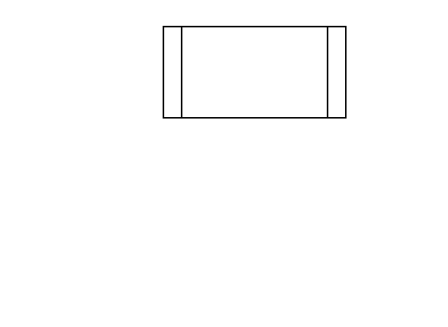
Before: Test.drawio in vento830/dok_visu, a draw.io diagram. Source tidied: cells renumbered, new cells numbered last; positions are measured from the earlier drawing's top-left corner, leaving out a move shared by most shapes. Both pictures are drawn from the tidied source at 152%, with x=0, y=0 at pixel (163, 26).
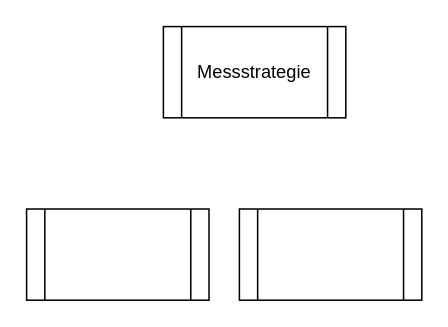
The same diagram, later.

The edit, as a diff of the source:
```diff
@@
 <mxGraphModel>
   <root>
     <mxCell id="0" />
     <mxCell id="1" parent="0" />
-    <mxCell id="2" style="shape=process;whiteSpace=wrap;html=1;backgroundOutline=1;" parent="1" vertex="1">
+    <mxCell id="2" value="Messstrategie" style="shape=process;whiteSpace=wrap;html=1;backgroundOutline=1;" parent="1" vertex="1">
       <mxGeometry width="120" height="60" as="geometry" />
     </mxCell>
+    <mxCell id="3" style="shape=process;whiteSpace=wrap;html=1;backgroundOutline=1;" parent="1" vertex="1">
+      <mxGeometry x="-90" y="120" width="120" height="60" as="geometry" />
+    </mxCell>
+    <mxCell id="4" style="shape=process;whiteSpace=wrap;html=1;backgroundOutline=1;" parent="1" vertex="1">
+      <mxGeometry x="50" y="120" width="120" height="60" as="geometry" />
+    </mxCell>
   </root>
 </mxGraphModel>
```
